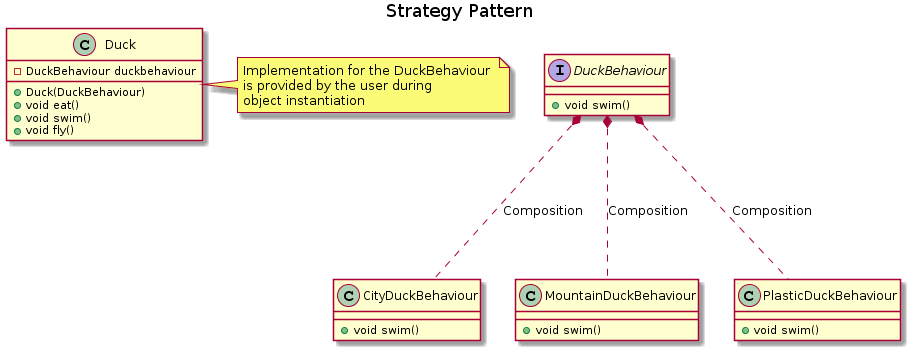
This is Behavioural Design Patterns/Strategy Pattern/Implementations/Duck Example/images/image.png from AbhilashG97/WatermelonPudding, a PlantUML export, as it was before one commit.
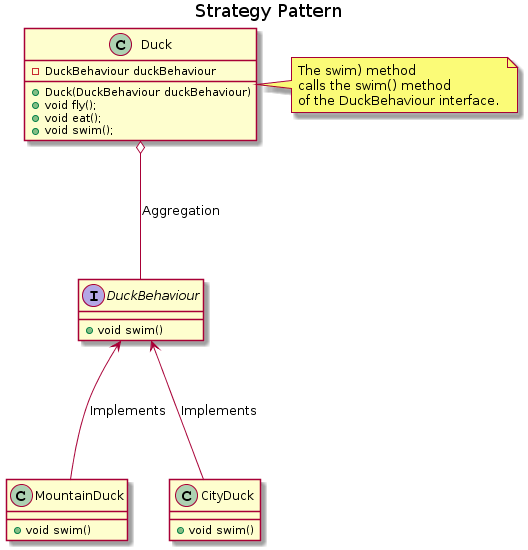
Above is the later version.

Commit message:
added UML diagrams for examples

The edit, as a diff of the source:
```diff
@@ -3,36 +3,32 @@
 
 
 class Duck {
-    -DuckBehaviour duckbehaviour
-    +Duck(DuckBehaviour)
-    +void eat()
-    +void swim()
-    +void fly()
+    -DuckBehaviour duckBehaviour
+    +Duck(DuckBehaviour duckBehaviour)
+    +void fly();
+    +void eat();
+    +void swim();
 }
 
 note right
-    Implementation for the DuckBehaviour
-    is provided by the user during
-    object instantiation
+    The swim) method
+    calls the swim() method
+    of the DuckBehaviour interface.
 end note
 
 interface DuckBehaviour {
     +void swim()
 }
 
-class CityDuckBehaviour {
+class MountainDuck {
     +void swim()
 }
 
-class MountainDuckBehaviour {
+class CityDuck {
     +void swim()
 }
 
-class PlasticDuckBehaviour {
-    +void swim()
-}
-
-DuckBehaviour *.-down- CityDuckBehaviour: Composition
-DuckBehaviour *.-down- MountainDuckBehaviour: Composition
-DuckBehaviour *.-down- PlasticDuckBehaviour: Composition
+DuckBehaviour <--up- CityDuck: Implements
+DuckBehaviour <--up- MountainDuck: Implements
+Duck o--down- DuckBehaviour: Aggregation
 @enduml
```
